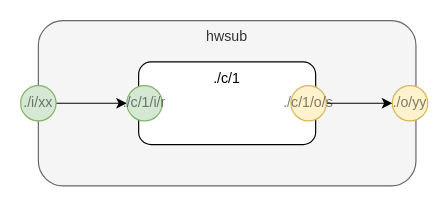
Earlier version of the draw.io diagram page "hwsub" (2 of 8) of v2/hello.drawio (guitarvydas/asc-manually). Source tidied: cells renumbered, new cells numbered last; positions are measured from the earlier drawing's top-left corner, leaving out a move shared by most shapes. Both pictures are drawn from the tidied source at 118%, with x=0, y=0 at pixel (20, 20).
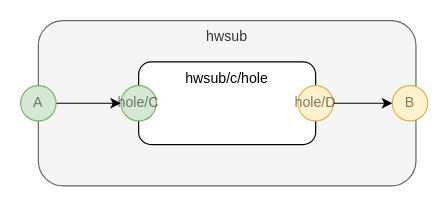
Above is the later version.

The edit, as a diff of the source:
```diff
@@
 <mxGraphModel>
   <root>
     <mxCell id="0" />
     <mxCell id="1" parent="0" />
     <mxCell id="2" value="hwsub" style="rounded=1;whiteSpace=wrap;html=1;verticalAlign=top;fillColor=#f5f5f5;strokeColor=#666666;fontColor=#333333;" parent="1" vertex="1">
       <mxGeometry x="15" width="320" height="140" as="geometry" />
     </mxCell>
-    <mxCell id="3" value="./c/1" style="rounded=1;whiteSpace=wrap;html=1;verticalAlign=top;" parent="1" vertex="1">
-      <mxGeometry x="100" y="35" width="150" height="70" as="geometry" />
-    </mxCell>
-    <mxCell id="4" style="edgeStyle=orthogonalEdgeStyle;rounded=0;jettySize=auto;html=1;exitX=1;exitY=0.5;exitDx=0;exitDy=0;" parent="1" edge="1" source="5" target="7">
-      <mxGeometry relative="1" as="geometry" />
-    </mxCell>
-    <mxCell id="5" value="./i/xx" style="ellipse;whiteSpace=wrap;html=1;fillColor=#d5e8d4;align=center;strokeColor=#82b366;textOpacity=50;" parent="1" vertex="1">
-      <mxGeometry y="55" width="30" height="30" as="geometry" />
-    </mxCell>
-    <mxCell id="6" value="./o/yy" style="ellipse;whiteSpace=wrap;html=1;fillColor=#fff2cc;align=center;strokeColor=#d6b656;textOpacity=50;" parent="1" vertex="1">
-      <mxGeometry x="315" y="55" width="30" height="30" as="geometry" />
-    </mxCell>
-    <mxCell id="7" value="./c/1/i/r" style="ellipse;whiteSpace=wrap;html=1;fillColor=#d5e8d4;align=center;strokeColor=#82b366;textOpacity=50;" parent="1" vertex="1">
-      <mxGeometry x="90" y="55" width="30" height="30" as="geometry" />
-    </mxCell>
-    <mxCell id="8" style="edgeStyle=orthogonalEdgeStyle;rounded=0;jettySize=auto;html=1;exitX=1;exitY=0.5;exitDx=0;exitDy=0;entryX=0;entryY=0.5;entryDx=0;entryDy=0;" parent="1" edge="1" source="9" target="6">
-      <mxGeometry relative="1" as="geometry" />
-    </mxCell>
-    <mxCell id="9" value="./c/1/o/s" style="ellipse;whiteSpace=wrap;html=1;fillColor=#fff2cc;align=center;strokeColor=#d6b656;textOpacity=50;" parent="1" vertex="1">
-      <mxGeometry x="229" y="55" width="30" height="30" as="geometry" />
-    </mxCell>
+    <mxCell id="10" value="hwsub/c/hole" style="rounded=1;whiteSpace=wrap;html=1;verticalAlign=top;" parent="1" vertex="1">
+      <mxGeometry x="100" y="35" width="150" height="70" as="geometry" />
+    </mxCell>
+    <mxCell id="11" style="edgeStyle=orthogonalEdgeStyle;rounded=0;jettySize=auto;html=1;exitX=1;exitY=0.5;exitDx=0;exitDy=0;" parent="1" edge="1" source="12" target="14">
+      <mxGeometry relative="1" as="geometry" />
+    </mxCell>
+    <mxCell id="12" value="A" style="ellipse;whiteSpace=wrap;html=1;fillColor=#d5e8d4;align=center;strokeColor=#82b366;textOpacity=50;" parent="1" vertex="1">
+      <mxGeometry y="55" width="30" height="30" as="geometry" />
+    </mxCell>
+    <mxCell id="13" value="B" style="ellipse;whiteSpace=wrap;html=1;fillColor=#fff2cc;align=center;strokeColor=#d6b656;textOpacity=50;" parent="1" vertex="1">
+      <mxGeometry x="315" y="55" width="30" height="30" as="geometry" />
+    </mxCell>
+    <mxCell id="14" value="hole/C" style="ellipse;whiteSpace=wrap;html=1;fillColor=#d5e8d4;align=center;strokeColor=#82b366;textOpacity=50;" parent="1" vertex="1">
+      <mxGeometry x="85" y="55" width="30" height="30" as="geometry" />
+    </mxCell>
+    <mxCell id="15" style="edgeStyle=orthogonalEdgeStyle;rounded=0;jettySize=auto;html=1;exitX=1;exitY=0.5;exitDx=0;exitDy=0;entryX=0;entryY=0.5;entryDx=0;entryDy=0;" parent="1" edge="1" source="16" target="13">
+      <mxGeometry relative="1" as="geometry" />
+    </mxCell>
+    <mxCell id="16" value="hole/D" style="ellipse;whiteSpace=wrap;html=1;fillColor=#fff2cc;align=center;strokeColor=#d6b656;textOpacity=50;" parent="1" vertex="1">
+      <mxGeometry x="235" y="55" width="30" height="30" as="geometry" />
+    </mxCell>
   </root>
 </mxGraphModel>
```
